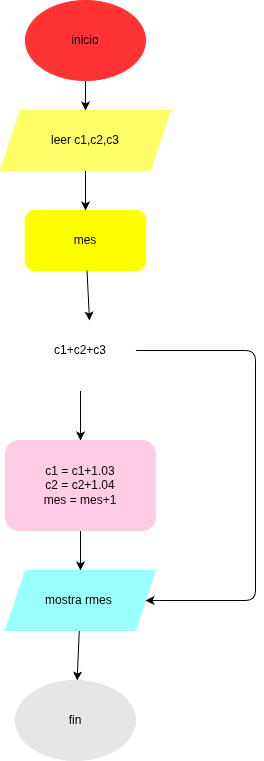
Above: ejercicio5/diagrama.png in jonatangarzon/Taller-repetitiva-con-while (draw.io), before the change. Source tidied: cells renumbered, new cells last; positions are measured from the earlier drawing's top-left corner, leaving out a move shared by most shapes. The source it was exported from:
```xml
<mxGraphModel>
  <root>
    <mxCell id="0" />
    <mxCell id="1" parent="0" />
    <mxCell id="2" style="edgeStyle=none;html=1;" parent="1" edge="1" source="3" target="5">
      <mxGeometry relative="1" as="geometry" />
    </mxCell>
    <mxCell id="3" value="inicio" style="ellipse;whiteSpace=wrap;html=1;fillColor=#FF3333;strokeColor=#FF3333;" parent="1" vertex="1">
      <mxGeometry x="25" width="120" height="80" as="geometry" />
    </mxCell>
    <mxCell id="4" style="edgeStyle=none;html=1;entryX=0.5;entryY=0;entryDx=0;entryDy=0;" parent="1" edge="1" source="5" target="6">
      <mxGeometry relative="1" as="geometry" />
    </mxCell>
    <mxCell id="5" value="leer c1,c2,c3" style="shape=parallelogram;perimeter=parallelogramPerimeter;whiteSpace=wrap;html=1;fixedSize=1;fillColor=#FFFF66;strokeColor=#FFFF66;" parent="1" vertex="1">
      <mxGeometry y="110" width="170" height="60" as="geometry" />
    </mxCell>
    <mxCell id="6" value="mes" style="rounded=1;whiteSpace=wrap;html=1;fillColor=#FFFF00;strokeColor=#FFFF00;" parent="1" vertex="1">
      <mxGeometry x="25" y="210" width="120" height="60" as="geometry" />
    </mxCell>
    <mxCell id="7" style="edgeStyle=none;html=1;entryX=1;entryY=0.5;entryDx=0;entryDy=0;" parent="1" edge="1" source="9" target="13">
      <mxGeometry relative="1" as="geometry">
        <Array as="points">
          <mxPoint x="255" y="350" />
          <mxPoint x="255" y="600" />
        </Array>
      </mxGeometry>
    </mxCell>
    <mxCell id="8" style="edgeStyle=none;html=1;" parent="1" edge="1" source="9" target="11">
      <mxGeometry relative="1" as="geometry" />
    </mxCell>
    <mxCell id="9" value="c1+c2+c3" style="rhombus;whiteSpace=wrap;html=1;strokeColor=#FFFFFF;" parent="1" vertex="1">
      <mxGeometry x="25" y="310" width="110" height="80" as="geometry" />
    </mxCell>
    <mxCell id="10" style="edgeStyle=none;html=1;" parent="1" edge="1" source="11" target="13">
      <mxGeometry relative="1" as="geometry" />
    </mxCell>
    <mxCell id="11" value="c1 = c1+1.03&lt;div&gt;c2 = c2+1.04&lt;/div&gt;&lt;div&gt;mes = mes+1&lt;/div&gt;" style="rounded=1;whiteSpace=wrap;html=1;fillColor=#FFCCE6;strokeColor=#FFCCE6;" parent="1" vertex="1">
      <mxGeometry x="5" y="440" width="150" height="90" as="geometry" />
    </mxCell>
    <mxCell id="12" style="edgeStyle=none;html=1;" parent="1" edge="1" source="13" target="14">
      <mxGeometry relative="1" as="geometry" />
    </mxCell>
    <mxCell id="13" value="mostra rmes&amp;nbsp;" style="shape=parallelogram;perimeter=parallelogramPerimeter;whiteSpace=wrap;html=1;fixedSize=1;fillColor=#99FFFF;strokeColor=#99FFFF;" parent="1" vertex="1">
      <mxGeometry x="5" y="570" width="150" height="60" as="geometry" />
    </mxCell>
    <mxCell id="14" value="fin" style="ellipse;whiteSpace=wrap;html=1;fillColor=#E6E6E6;strokeColor=#E6E6E6;" parent="1" vertex="1">
      <mxGeometry x="15" y="680" width="120" height="80" as="geometry" />
    </mxCell>
    <mxCell id="15" style="edgeStyle=none;html=1;entryX=0.582;entryY=0.125;entryDx=0;entryDy=0;entryPerimeter=0;" parent="1" edge="1" source="6" target="9">
      <mxGeometry relative="1" as="geometry" />
    </mxCell>
  </root>
</mxGraphModel>
```
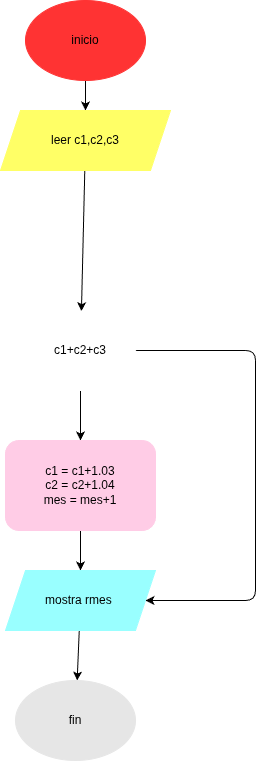
Above is the later version.

Change to the diagram source:
```diff
@@ -8,15 +8,12 @@
     <mxCell id="3" value="inicio" style="ellipse;whiteSpace=wrap;html=1;fillColor=#FF3333;strokeColor=#FF3333;" parent="1" vertex="1">
       <mxGeometry x="25" width="120" height="80" as="geometry" />
     </mxCell>
-    <mxCell id="4" style="edgeStyle=none;html=1;entryX=0.5;entryY=0;entryDx=0;entryDy=0;" parent="1" edge="1" source="5" target="6">
+    <mxCell id="4" style="edgeStyle=none;html=1;" parent="1" edge="1" source="5" target="9">
       <mxGeometry relative="1" as="geometry" />
     </mxCell>
     <mxCell id="5" value="leer c1,c2,c3" style="shape=parallelogram;perimeter=parallelogramPerimeter;whiteSpace=wrap;html=1;fixedSize=1;fillColor=#FFFF66;strokeColor=#FFFF66;" parent="1" vertex="1">
       <mxGeometry y="110" width="170" height="60" as="geometry" />
     </mxCell>
-    <mxCell id="6" value="mes" style="rounded=1;whiteSpace=wrap;html=1;fillColor=#FFFF00;strokeColor=#FFFF00;" parent="1" vertex="1">
-      <mxGeometry x="25" y="210" width="120" height="60" as="geometry" />
-    </mxCell>
     <mxCell id="7" style="edgeStyle=none;html=1;entryX=1;entryY=0.5;entryDx=0;entryDy=0;" parent="1" edge="1" source="9" target="13">
       <mxGeometry relative="1" as="geometry">
         <Array as="points">
@@ -46,8 +43,5 @@
     <mxCell id="14" value="fin" style="ellipse;whiteSpace=wrap;html=1;fillColor=#E6E6E6;strokeColor=#E6E6E6;" parent="1" vertex="1">
       <mxGeometry x="15" y="680" width="120" height="80" as="geometry" />
     </mxCell>
-    <mxCell id="15" style="edgeStyle=none;html=1;entryX=0.582;entryY=0.125;entryDx=0;entryDy=0;entryPerimeter=0;" parent="1" edge="1" source="6" target="9">
-      <mxGeometry relative="1" as="geometry" />
-    </mxCell>
   </root>
 </mxGraphModel>
```
